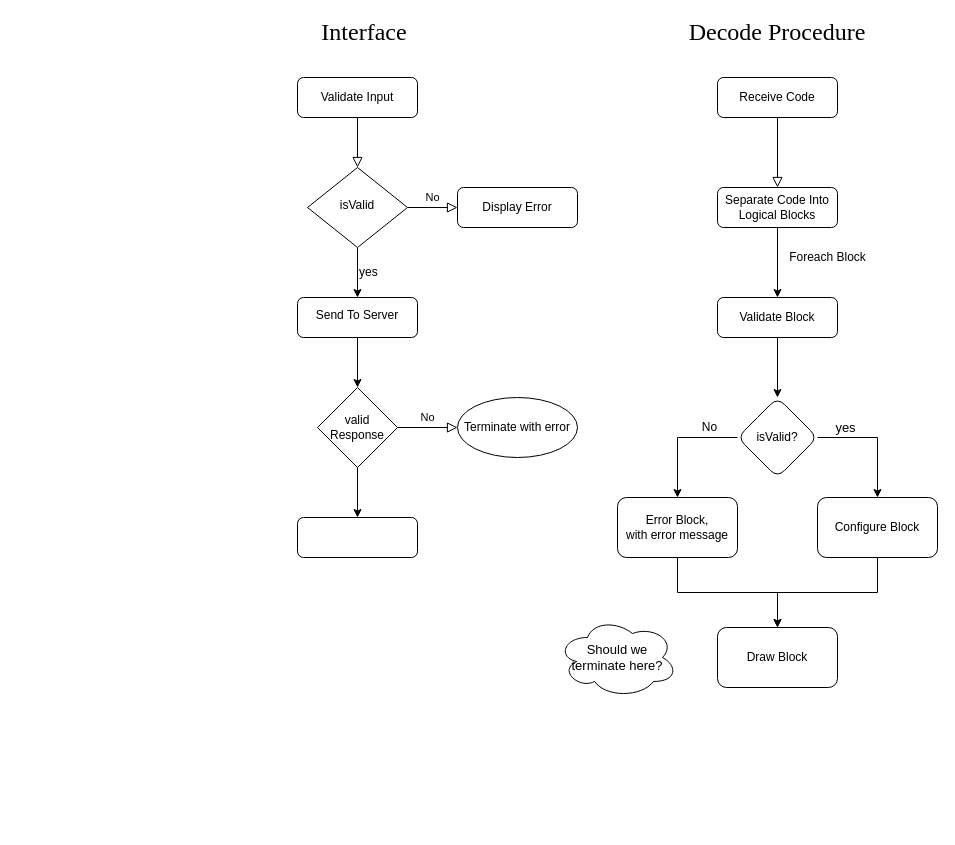
Earlier version of the draw.io diagram Charter.drawio (ZeinMansor/charter-app). Source tidied: cells renumbered, new cells numbered last; positions are measured from the earlier drawing's top-left corner, leaving out a move shared by most shapes. Both pictures are drawn from the tidied source at 100%, with x=0, y=0 at pixel (267, 17).
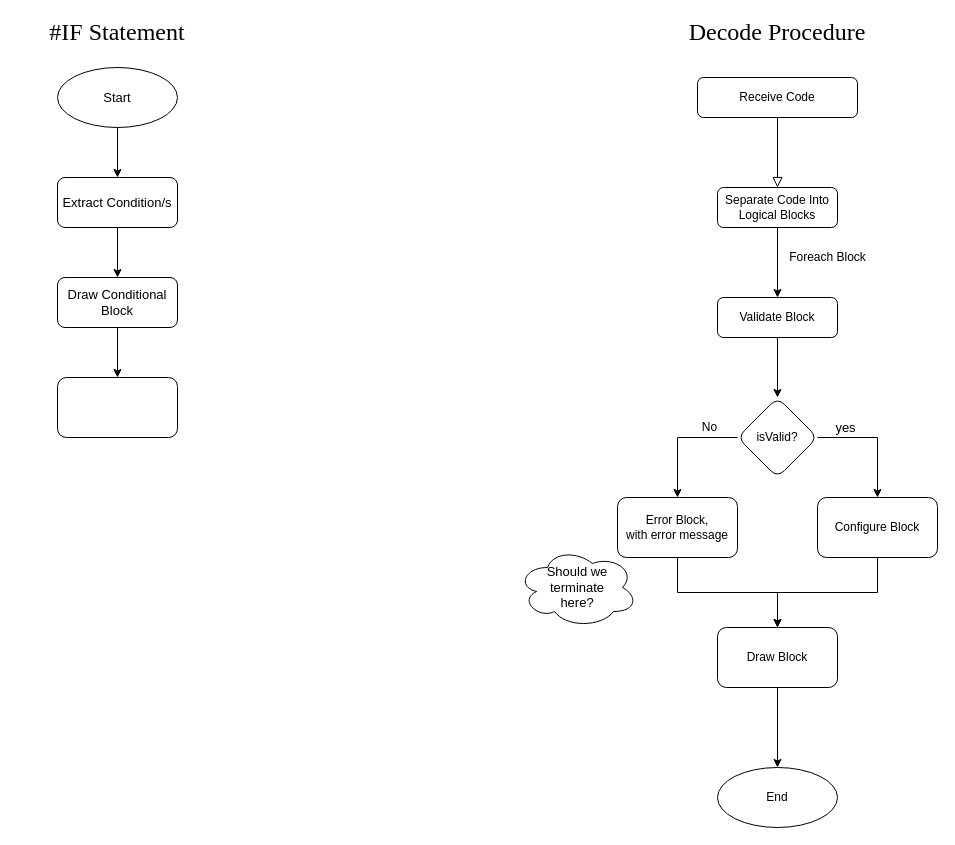
The same page after the edit.

The change refers to these unchanged cells:
```xml
<mxCell id="29" value="Draw Block" style="whiteSpace=wrap;html=1;rounded=1;glass=0;strokeWidth=1;shadow=0;" parent="1" vertex="1">
  <mxGeometry x="450" y="610" width="120" height="60" as="geometry" />
</mxCell>
```

What changed in the source:
```diff
@@
-    <mxCell id="2" style="rounded=0;html=1;jettySize=auto;fontSize=11;endArrow=block;endFill=0;endSize=8;strokeWidth=1;shadow=0;labelBackgroundColor=none;edgeStyle=orthogonalEdgeStyle;" parent="1" edge="1" source="3" target="6">
-      <mxGeometry relative="1" as="geometry" />
-    </mxCell>
-    <mxCell id="3" value="Validate Input" style="rounded=1;whiteSpace=wrap;html=1;fontSize=12;glass=0;strokeWidth=1;shadow=0;" parent="1" vertex="1">
-      <mxGeometry x="30" y="60" width="120" height="40" as="geometry" />
-    </mxCell>
-    <mxCell id="4" value="No" style="edgeStyle=orthogonalEdgeStyle;rounded=0;html=1;jettySize=auto;fontSize=11;endArrow=block;endFill=0;endSize=8;strokeWidth=1;shadow=0;labelBackgroundColor=none;" parent="1" edge="1" source="6" target="7">
-      <mxGeometry y="10" relative="1" as="geometry" />
-    </mxCell>
-    <mxCell id="5" value="yes" style="edgeStyle=orthogonalEdgeStyle;rounded=0;jettySize=auto;html=1;fontFamily=Helvetica;fontSize=12;align=left;" parent="1" edge="1" source="6" target="13">
-      <mxGeometry relative="1" as="geometry" />
-    </mxCell>
-    <mxCell id="6" value="isValid" style="rhombus;whiteSpace=wrap;html=1;shadow=0;fontFamily=Helvetica;fontSize=12;align=center;strokeWidth=1;spacing=6;spacingTop=-4;" parent="1" vertex="1">
-      <mxGeometry x="40" y="150" width="100" height="80" as="geometry" />
-    </mxCell>
-    <mxCell id="7" value="Display Error" style="rounded=1;whiteSpace=wrap;html=1;fontSize=12;glass=0;strokeWidth=1;shadow=0;" parent="1" vertex="1">
-      <mxGeometry x="190" y="170" width="120" height="40" as="geometry" />
-    </mxCell>
@@
     <mxCell id="9" value="Receive Code" style="rounded=1;whiteSpace=wrap;html=1;fontSize=12;glass=0;strokeWidth=1;shadow=0;" parent="1" vertex="1">
-      <mxGeometry x="450" y="60" width="120" height="40" as="geometry" />
+      <mxGeometry x="430" y="60" width="160" height="40" as="geometry" />
     </mxCell>
-    <mxCell id="10" value="Interface&amp;nbsp;" style="text;html=1;strokeColor=none;fillColor=none;align=center;verticalAlign=middle;whiteSpace=wrap;rounded=0;fontFamily=Times New Roman;fontSize=24;" parent="1" vertex="1">
-      <mxGeometry width="200" height="30" as="geometry" />
+    <mxCell id="10" value="#IF Statement" style="text;html=1;strokeColor=none;fillColor=none;align=center;verticalAlign=middle;whiteSpace=wrap;rounded=0;fontFamily=Times New Roman;fontSize=24;" parent="1" vertex="1">
+      <mxGeometry x="-250" width="200" height="30" as="geometry" />
     </mxCell>
@@
-    <mxCell id="12" style="edgeStyle=orthogonalEdgeStyle;rounded=0;jettySize=auto;html=1;fontFamily=Times New Roman;fontSize=24;" parent="1" edge="1" source="13" target="15">
-      <mxGeometry relative="1" as="geometry" />
-    </mxCell>
-    <mxCell id="13" value="Send To Server" style="rounded=1;whiteSpace=wrap;html=1;shadow=0;strokeWidth=1;spacing=6;spacingTop=-4;" parent="1" vertex="1">
-      <mxGeometry x="30" y="280" width="120" height="40" as="geometry" />
-    </mxCell>
-    <mxCell id="14" style="edgeStyle=orthogonalEdgeStyle;rounded=0;jettySize=auto;html=1;fontFamily=Helvetica;fontSize=12;" parent="1" edge="1" source="15" target="17">
-      <mxGeometry relative="1" as="geometry" />
-    </mxCell>
-    <mxCell id="15" value="valid Response" style="rhombus;whiteSpace=wrap;html=1;fontFamily=Helvetica;fontSize=12;" parent="1" vertex="1">
-      <mxGeometry x="50" y="370" width="80" height="80" as="geometry" />
-    </mxCell>
-    <mxCell id="16" value="Terminate with error" style="ellipse;whiteSpace=wrap;html=1;fontSize=12;fontFamily=Helvetica;" parent="1" vertex="1">
-      <mxGeometry x="190" y="380" width="120" height="60" as="geometry" />
-    </mxCell>
-    <mxCell id="17" style="rounded=1;whiteSpace=wrap;html=1;fontSize=12;fontFamily=Helvetica;" parent="1" vertex="1">
-      <mxGeometry x="30" y="500" width="120" height="40" as="geometry" />
-    </mxCell>
-    <mxCell id="18" value="No" style="edgeStyle=orthogonalEdgeStyle;rounded=0;html=1;jettySize=auto;fontSize=11;endArrow=block;endFill=0;endSize=8;strokeWidth=1;shadow=0;labelBackgroundColor=none;exitX=1;exitY=0.5;exitDx=0;exitDy=0;entryX=0;entryY=0.5;entryDx=0;entryDy=0;" parent="1" edge="1" source="15" target="16">
-      <mxGeometry y="10" relative="1" as="geometry" />
-    </mxCell>
@@
+    <mxCell id="32" style="edgeStyle=orthogonalEdgeStyle;rounded=0;jettySize=auto;html=1;fontFamily=Helvetica;fontSize=13;" parent="1" edge="1" source="29" target="33">
+      <mxGeometry relative="1" as="geometry" />
+    </mxCell>
@@
-    <mxCell id="31" value="Should we terminate here?" style="ellipse;shape=cloud;whiteSpace=wrap;html=1;fontFamily=Helvetica;fontSize=13;" parent="1" vertex="1">
-      <mxGeometry x="290" y="600" width="120" height="80" as="geometry" />
+    <mxCell id="31" value="Should we terminate &lt;br&gt;here?" style="ellipse;shape=cloud;whiteSpace=wrap;html=1;fontFamily=Helvetica;fontSize=13;" parent="1" vertex="1">
+      <mxGeometry x="250" y="530" width="120" height="80" as="geometry" />
     </mxCell>
+    <mxCell id="33" value="End" style="ellipse;whiteSpace=wrap;html=1;rounded=1;glass=0;strokeWidth=1;shadow=0;" parent="1" vertex="1">
+      <mxGeometry x="450" y="750" width="120" height="60" as="geometry" />
+    </mxCell>
+    <mxCell id="34" style="edgeStyle=orthogonalEdgeStyle;rounded=0;jettySize=auto;html=1;fontFamily=Helvetica;fontSize=13;" parent="1" edge="1" source="35" target="37">
+      <mxGeometry relative="1" as="geometry" />
+    </mxCell>
+    <mxCell id="35" value="Start" style="ellipse;whiteSpace=wrap;html=1;fontFamily=Helvetica;fontSize=13;" parent="1" vertex="1">
+      <mxGeometry x="-210" y="50" width="120" height="60" as="geometry" />
+    </mxCell>
+    <mxCell id="36" style="edgeStyle=orthogonalEdgeStyle;rounded=0;jettySize=auto;html=1;fontFamily=Helvetica;fontSize=13;" parent="1" edge="1" source="37" target="39">
+      <mxGeometry relative="1" as="geometry" />
+    </mxCell>
+    <mxCell id="37" value="Extract Condition/s" style="rounded=1;whiteSpace=wrap;html=1;fontSize=13;" parent="1" vertex="1">
+      <mxGeometry x="-210" y="160" width="120" height="50" as="geometry" />
+    </mxCell>
+    <mxCell id="38" style="edgeStyle=orthogonalEdgeStyle;rounded=0;jettySize=auto;html=1;fontFamily=Helvetica;fontSize=13;" parent="1" edge="1" source="39" target="40">
+      <mxGeometry relative="1" as="geometry" />
+    </mxCell>
+    <mxCell id="39" value="Draw Conditional Block" style="rounded=1;whiteSpace=wrap;html=1;fontSize=13;" parent="1" vertex="1">
+      <mxGeometry x="-210" y="260" width="120" height="50" as="geometry" />
+    </mxCell>
+    <mxCell id="40" style="whiteSpace=wrap;html=1;fontSize=13;rounded=1;" parent="1" vertex="1">
+      <mxGeometry x="-210" y="360" width="120" height="60" as="geometry" />
+    </mxCell>
```
